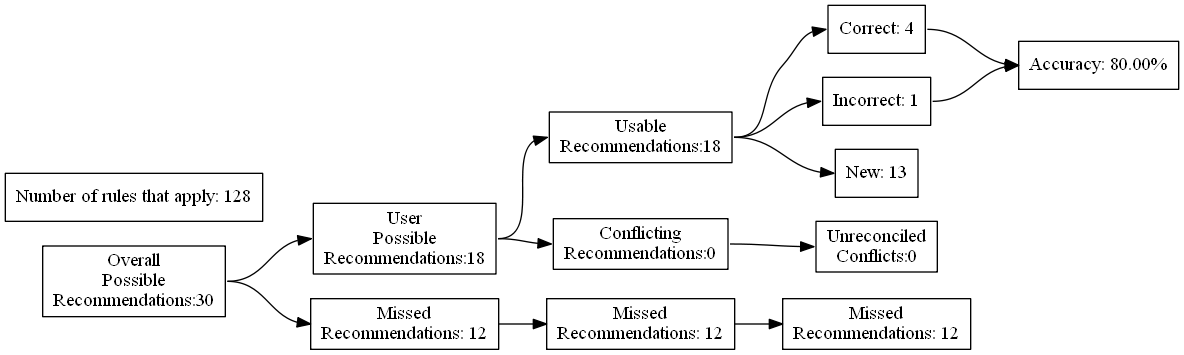
The Graphviz diagram test_renders/8.gv.png in ZaxR/ibd_diet_analysis, before a commit. Its source is kept beside it as test_renders/8.gv. The source it was exported from:
```dot
digraph {
	graph [rankdir=LR]
	node [pos=r shape=box]
	edge [headport=w tailport=e]
		A [label="Overall
Possible
Recommendations:30"]
		B [label="User
Possible
Recommendations:18"]
		C [label="Missed
Recommendations: 12"]
		D [label="Usable
Recommendations:18"]
		E [label="Conflicting
Recommendations:0"]
		J [label="Missed
Recommendations: 12"]
		M [label="Unreconciled
Conflicts:0"]
		F [label="Correct: 4"]
		G [label="Incorrect: 1"]
		H [label="New: 13"]
		K [label="Missed
Recommendations: 12"]
		I [label="Accuracy: 80.00%"]
		l [label="Number of rules that apply: 128"]
			A -> B
			A -> C
			B -> D
			B -> E
			D -> F
			D -> G
			D -> H
			F -> I
			G -> I
			C -> J
			J -> K
			E -> M
}
```
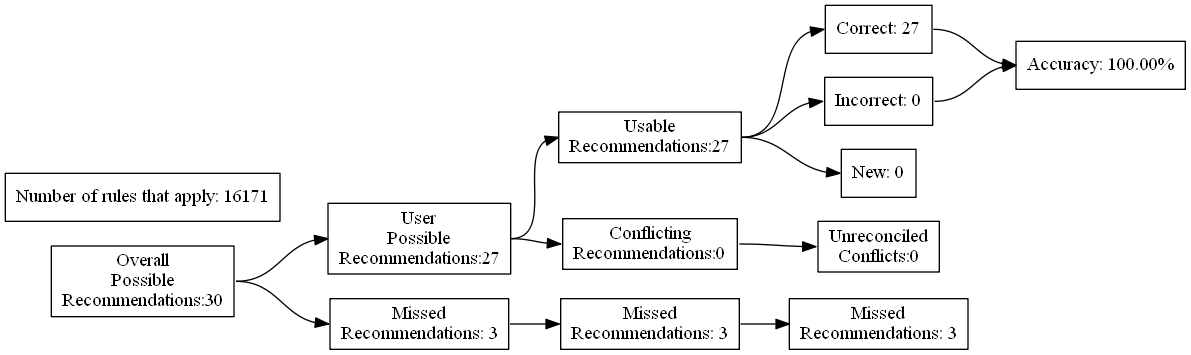
Above is the later version.

What changed in the source:
```diff
@@ -7,24 +7,24 @@
 Recommendations:30"]
 		B [label="User
 Possible
-Recommendations:18"]
+Recommendations:27"]
 		C [label="Missed
-Recommendations: 12"]
+Recommendations: 3"]
 		D [label="Usable
-Recommendations:18"]
+Recommendations:27"]
 		E [label="Conflicting
 Recommendations:0"]
 		J [label="Missed
-Recommendations: 12"]
+Recommendations: 3"]
 		M [label="Unreconciled
 Conflicts:0"]
-		F [label="Correct: 4"]
-		G [label="Incorrect: 1"]
-		H [label="New: 13"]
+		F [label="Correct: 27"]
+		G [label="Incorrect: 0"]
+		H [label="New: 0"]
 		K [label="Missed
-Recommendations: 12"]
-		I [label="Accuracy: 80.00%"]
-		l [label="Number of rules that apply: 128"]
+Recommendations: 3"]
+		I [label="Accuracy: 100.00%"]
+		l [label="Number of rules that apply: 16171"]
 			A -> B
 			A -> C
 			B -> D
```
